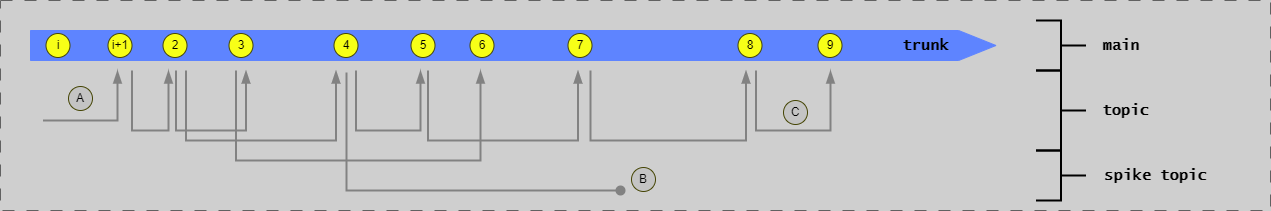
Before: docs/assets/branching/branching-detailed-no-release.drawio.png, a diagram exported from draw.io (ready-to-release/eac). Source tidied: cells renumbered, new cells last; positions are measured from the earlier drawing's top-left corner, leaving out a move shared by most shapes.
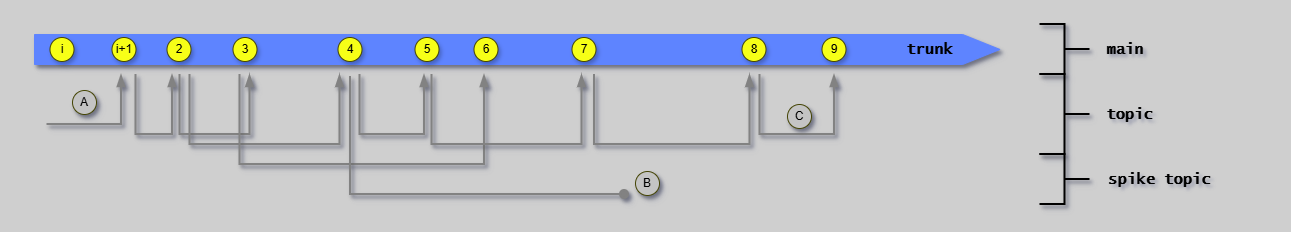
The same diagram one commit later.

Diff of the diagram source:
```diff
@@ -1,38 +1,38 @@
-<mxGraphModel background="#CFCFCF">
+<mxGraphModel background="#CFCFCF" shadow="1">
   <root>
     <mxCell id="0" />
     <mxCell id="1" parent="0" />
-    <mxCell id="2" style="group;strokeColor=#616161;dashed=1;dashPattern=12 12;" parent="1" vertex="1">
+    <mxCell id="2" style="group;strokeColor=none;dashed=1;dashPattern=12 12;shadow=1;" parent="1" vertex="1">
       <mxGeometry width="1270" height="210" as="geometry" />
     </mxCell>
-    <mxCell id="3" value="&lt;font size=&quot;1&quot; face=&quot;Lucida Console&quot;&gt;&lt;b style=&quot;font-size: 15px;&quot;&gt;main&lt;br&gt;&lt;/b&gt;&lt;/font&gt;" style="text;html=1;strokeColor=none;fillColor=none;align=center;verticalAlign=middle;whiteSpace=wrap;rounded=0;" parent="1" vertex="1">
+    <mxCell id="3" value="&lt;font size=&quot;1&quot; face=&quot;Lucida Console&quot;&gt;&lt;b style=&quot;font-size: 15px;&quot;&gt;main&lt;br&gt;&lt;/b&gt;&lt;/font&gt;" style="text;html=1;strokeColor=none;fillColor=none;align=center;verticalAlign=middle;whiteSpace=wrap;rounded=0;shadow=1;" parent="1" vertex="1">
       <mxGeometry x="1095.5" y="35" width="50" height="20" as="geometry" />
     </mxCell>
-    <mxCell id="4" style="shape=singleArrow;whiteSpace=wrap;html=1;arrowWidth=1;arrowSize=0.03868852459016379;fillColor=#5E84FF;strokeColor=#5E84FF;" parent="1" vertex="1">
+    <mxCell id="4" style="shape=singleArrow;whiteSpace=wrap;html=1;arrowWidth=1;arrowSize=0.03868852459016379;fillColor=#5E84FF;strokeColor=#5E84FF;shadow=1;" parent="1" vertex="1">
       <mxGeometry x="30" y="30" width="965.5" height="30" as="geometry" />
     </mxCell>
-    <mxCell id="5" value="i+1" style="ellipse;whiteSpace=wrap;html=1;fillColor=#F7FF17;strokeColor=#454505;" parent="1" vertex="1">
+    <mxCell id="5" value="i+1" style="ellipse;whiteSpace=wrap;html=1;fillColor=#F7FF17;strokeColor=#454505;shadow=1;" parent="1" vertex="1">
       <mxGeometry x="107.5" y="33" width="24" height="24" as="geometry" />
     </mxCell>
-    <mxCell id="6" value="2" style="ellipse;whiteSpace=wrap;html=1;fillColor=#F7FF17;strokeColor=#454505;" parent="1" vertex="1">
+    <mxCell id="6" value="2" style="ellipse;whiteSpace=wrap;html=1;fillColor=#F7FF17;strokeColor=#454505;shadow=1;" parent="1" vertex="1">
       <mxGeometry x="162.5" y="33" width="24" height="24" as="geometry" />
     </mxCell>
-    <mxCell id="7" value="3" style="ellipse;whiteSpace=wrap;html=1;fillColor=#F7FF17;strokeColor=#454505;" parent="1" vertex="1">
+    <mxCell id="7" value="3" style="ellipse;whiteSpace=wrap;html=1;fillColor=#F7FF17;strokeColor=#454505;shadow=1;" parent="1" vertex="1">
       <mxGeometry x="228.5" y="33" width="24" height="24" as="geometry" />
     </mxCell>
-    <mxCell id="8" value="4" style="ellipse;whiteSpace=wrap;html=1;fillColor=#F7FF17;strokeColor=#454505;" parent="1" vertex="1">
+    <mxCell id="8" value="4" style="ellipse;whiteSpace=wrap;html=1;fillColor=#F7FF17;strokeColor=#454505;shadow=1;" parent="1" vertex="1">
       <mxGeometry x="333.5" y="33" width="24" height="24" as="geometry" />
     </mxCell>
-    <mxCell id="9" value="5" style="ellipse;whiteSpace=wrap;html=1;fillColor=#F7FF17;strokeColor=#454505;" parent="1" vertex="1">
+    <mxCell id="9" value="5" style="ellipse;whiteSpace=wrap;html=1;fillColor=#F7FF17;strokeColor=#454505;shadow=1;" parent="1" vertex="1">
       <mxGeometry x="410.5" y="33" width="24" height="24" as="geometry" />
     </mxCell>
-    <mxCell id="10" value="6" style="ellipse;whiteSpace=wrap;html=1;fillColor=#F7FF17;strokeColor=#454505;" parent="1" vertex="1">
+    <mxCell id="10" value="6" style="ellipse;whiteSpace=wrap;html=1;fillColor=#F7FF17;strokeColor=#454505;shadow=1;" parent="1" vertex="1">
       <mxGeometry x="469.5" y="33" width="24" height="24" as="geometry" />
     </mxCell>
-    <mxCell id="11" value="7" style="ellipse;whiteSpace=wrap;html=1;fillColor=#F7FF17;strokeColor=#454505;" parent="1" vertex="1">
+    <mxCell id="11" value="7" style="ellipse;whiteSpace=wrap;html=1;fillColor=#F7FF17;strokeColor=#454505;shadow=1;" parent="1" vertex="1">
       <mxGeometry x="567.5" y="33" width="24" height="24" as="geometry" />
     </mxCell>
-    <mxCell id="12" style="edgeStyle=segmentEdgeStyle;endArrow=blockThin;html=1;curved=0;rounded=0;endSize=8;startSize=8;strokeColor=#828282;endFill=1;strokeWidth=2;" parent="1" edge="1">
+    <mxCell id="12" style="edgeStyle=segmentEdgeStyle;endArrow=blockThin;html=1;curved=0;rounded=0;endSize=8;startSize=8;strokeColor=#828282;endFill=1;strokeWidth=2;shadow=1;" parent="1" edge="1">
       <mxGeometry relative="1" as="geometry">
         <mxPoint x="42.5" y="120" as="sourcePoint" />
         <mxPoint x="117" y="70" as="targetPoint" />
@@ -41,7 +41,7 @@
         </Array>
       </mxGeometry>
     </mxCell>
-    <mxCell id="13" style="edgeStyle=segmentEdgeStyle;endArrow=blockThin;html=1;curved=0;rounded=0;endSize=8;startSize=8;strokeColor=#828282;endFill=1;strokeWidth=2;" parent="1" edge="1">
+    <mxCell id="13" style="edgeStyle=segmentEdgeStyle;endArrow=blockThin;html=1;curved=0;rounded=0;endSize=8;startSize=8;strokeColor=#828282;endFill=1;strokeWidth=2;shadow=1;" parent="1" edge="1">
       <mxGeometry relative="1" as="geometry">
         <mxPoint x="175.5" y="70" as="sourcePoint" />
         <mxPoint x="245.5" y="70" as="targetPoint" />
@@ -51,7 +51,7 @@
         </Array>
       </mxGeometry>
     </mxCell>
-    <mxCell id="14" style="edgeStyle=segmentEdgeStyle;endArrow=blockThin;html=1;curved=0;rounded=0;endSize=8;startSize=8;strokeColor=#828282;endFill=1;strokeWidth=2;" parent="1" edge="1">
+    <mxCell id="14" style="edgeStyle=segmentEdgeStyle;endArrow=blockThin;html=1;curved=0;rounded=0;endSize=8;startSize=8;strokeColor=#828282;endFill=1;strokeWidth=2;shadow=1;" parent="1" edge="1">
       <mxGeometry relative="1" as="geometry">
         <mxPoint x="185.5" y="70" as="sourcePoint" />
         <mxPoint x="335.5" y="70" as="targetPoint" />
@@ -61,7 +61,7 @@
         </Array>
       </mxGeometry>
     </mxCell>
-    <mxCell id="15" style="edgeStyle=segmentEdgeStyle;endArrow=blockThin;html=1;curved=0;rounded=0;endSize=8;startSize=8;strokeColor=#828282;endFill=1;strokeWidth=2;" parent="1" edge="1">
+    <mxCell id="15" style="edgeStyle=segmentEdgeStyle;endArrow=blockThin;html=1;curved=0;rounded=0;endSize=8;startSize=8;strokeColor=#828282;endFill=1;strokeWidth=2;shadow=1;" parent="1" edge="1">
       <mxGeometry relative="1" as="geometry">
         <mxPoint x="355.5" y="70" as="sourcePoint" />
         <mxPoint x="420" y="70" as="targetPoint" />
@@ -72,7 +72,7 @@
         </Array>
       </mxGeometry>
     </mxCell>
-    <mxCell id="16" style="edgeStyle=segmentEdgeStyle;endArrow=blockThin;html=1;curved=0;rounded=0;endSize=8;startSize=8;strokeColor=#828282;endFill=1;strokeWidth=2;" parent="1" edge="1">
+    <mxCell id="16" style="edgeStyle=segmentEdgeStyle;endArrow=blockThin;html=1;curved=0;rounded=0;endSize=8;startSize=8;strokeColor=#828282;endFill=1;strokeWidth=2;shadow=1;" parent="1" edge="1">
       <mxGeometry relative="1" as="geometry">
         <mxPoint x="235.5" y="70" as="sourcePoint" />
         <mxPoint x="480" y="70" as="targetPoint" />
@@ -82,7 +82,7 @@
         </Array>
       </mxGeometry>
     </mxCell>
-    <mxCell id="17" style="edgeStyle=segmentEdgeStyle;endArrow=blockThin;html=1;curved=0;rounded=0;endSize=8;startSize=8;strokeColor=#828282;endFill=1;strokeWidth=2;" parent="1" edge="1">
+    <mxCell id="17" style="edgeStyle=segmentEdgeStyle;endArrow=blockThin;html=1;curved=0;rounded=0;endSize=8;startSize=8;strokeColor=#828282;endFill=1;strokeWidth=2;shadow=1;" parent="1" edge="1">
       <mxGeometry relative="1" as="geometry">
         <mxPoint x="427.5" y="70" as="sourcePoint" />
         <mxPoint x="577.5" y="70" as="targetPoint" />
@@ -92,13 +92,13 @@
         </Array>
       </mxGeometry>
     </mxCell>
-    <mxCell id="18" value="8" style="ellipse;whiteSpace=wrap;html=1;fillColor=#F7FF17;strokeColor=#454505;" parent="1" vertex="1">
+    <mxCell id="18" value="8" style="ellipse;whiteSpace=wrap;html=1;fillColor=#F7FF17;strokeColor=#454505;shadow=1;" parent="1" vertex="1">
       <mxGeometry x="737.5" y="33" width="24" height="24" as="geometry" />
     </mxCell>
-    <mxCell id="19" value="9" style="ellipse;whiteSpace=wrap;html=1;fillColor=#F7FF17;strokeColor=#454505;" parent="1" vertex="1">
+    <mxCell id="19" value="9" style="ellipse;whiteSpace=wrap;html=1;fillColor=#F7FF17;strokeColor=#454505;shadow=1;" parent="1" vertex="1">
       <mxGeometry x="817.5" y="33" width="24" height="24" as="geometry" />
     </mxCell>
-    <mxCell id="20" style="edgeStyle=segmentEdgeStyle;endArrow=blockThin;html=1;curved=0;rounded=0;endSize=8;startSize=8;strokeColor=#828282;endFill=1;strokeWidth=2;" parent="1" edge="1">
+    <mxCell id="20" style="edgeStyle=segmentEdgeStyle;endArrow=blockThin;html=1;curved=0;rounded=0;endSize=8;startSize=8;strokeColor=#828282;endFill=1;strokeWidth=2;shadow=1;" parent="1" edge="1">
       <mxGeometry relative="1" as="geometry">
         <mxPoint x="590" y="70" as="sourcePoint" />
         <mxPoint x="745.5" y="70" as="targetPoint" />
@@ -108,7 +108,7 @@
         </Array>
       </mxGeometry>
     </mxCell>
-    <mxCell id="21" style="edgeStyle=segmentEdgeStyle;endArrow=blockThin;html=1;curved=0;rounded=0;endSize=8;startSize=8;strokeColor=#828282;endFill=1;strokeWidth=2;" parent="1" edge="1">
+    <mxCell id="21" style="edgeStyle=segmentEdgeStyle;endArrow=blockThin;html=1;curved=0;rounded=0;endSize=8;startSize=8;strokeColor=#828282;endFill=1;strokeWidth=2;shadow=1;" parent="1" edge="1">
       <mxGeometry relative="1" as="geometry">
         <mxPoint x="755.5" y="70" as="sourcePoint" />
         <mxPoint x="830" y="70" as="targetPoint" />
@@ -119,22 +119,22 @@
         </Array>
       </mxGeometry>
     </mxCell>
-    <mxCell id="22" style="strokeWidth=2;html=1;shape=mxgraph.flowchart.annotation_2;align=left;labelPosition=right;direction=west;" parent="1" vertex="1">
+    <mxCell id="22" style="strokeWidth=2;html=1;shape=mxgraph.flowchart.annotation_2;align=left;labelPosition=right;direction=west;shadow=1;" parent="1" vertex="1">
       <mxGeometry x="1035.5" y="70" width="50" height="80" as="geometry" />
     </mxCell>
-    <mxCell id="23" style="strokeWidth=2;html=1;shape=mxgraph.flowchart.annotation_2;align=left;labelPosition=right;direction=west;" parent="1" vertex="1">
+    <mxCell id="23" style="strokeWidth=2;html=1;shape=mxgraph.flowchart.annotation_2;align=left;labelPosition=right;direction=west;shadow=1;" parent="1" vertex="1">
       <mxGeometry x="1035.5" y="20" width="50" height="50" as="geometry" />
     </mxCell>
-    <mxCell id="24" value="&lt;font size=&quot;1&quot; face=&quot;Lucida Console&quot;&gt;&lt;b style=&quot;font-size: 15px;&quot;&gt;topic&lt;br&gt;&lt;/b&gt;&lt;/font&gt;" style="text;html=1;strokeColor=none;fillColor=none;align=center;verticalAlign=middle;whiteSpace=wrap;rounded=0;" parent="1" vertex="1">
+    <mxCell id="24" value="&lt;font size=&quot;1&quot; face=&quot;Lucida Console&quot;&gt;&lt;b style=&quot;font-size: 15px;&quot;&gt;topic&lt;br&gt;&lt;/b&gt;&lt;/font&gt;" style="text;html=1;strokeColor=none;fillColor=none;align=center;verticalAlign=middle;whiteSpace=wrap;rounded=0;shadow=1;" parent="1" vertex="1">
       <mxGeometry x="1095.5" y="100" width="59" height="20" as="geometry" />
     </mxCell>
-    <mxCell id="25" value="&lt;font size=&quot;1&quot;&gt;&lt;b style=&quot;font-size: 15px;&quot;&gt;trunk&lt;br&gt;&lt;/b&gt;&lt;/font&gt;" style="text;html=1;strokeColor=none;fillColor=none;align=center;verticalAlign=middle;whiteSpace=wrap;rounded=0;fontFamily=Lucida Console;" parent="1" vertex="1">
+    <mxCell id="25" value="&lt;font size=&quot;1&quot;&gt;&lt;b style=&quot;font-size: 15px;&quot;&gt;trunk&lt;br&gt;&lt;/b&gt;&lt;/font&gt;" style="text;html=1;strokeColor=none;fillColor=none;align=center;verticalAlign=middle;whiteSpace=wrap;rounded=0;fontFamily=Lucida Console;shadow=1;" parent="1" vertex="1">
       <mxGeometry x="890" y="35" width="71" height="20" as="geometry" />
     </mxCell>
-    <mxCell id="26" value="A" style="ellipse;whiteSpace=wrap;html=1;fillColor=#C4C4C4;strokeColor=#454505;" parent="1" vertex="1">
+    <mxCell id="26" value="A" style="ellipse;whiteSpace=wrap;html=1;fillColor=#C4C4C4;strokeColor=#454505;shadow=1;" parent="1" vertex="1">
       <mxGeometry x="68" y="86" width="24" height="24" as="geometry" />
     </mxCell>
-    <mxCell id="27" style="edgeStyle=segmentEdgeStyle;endArrow=oval;html=1;curved=0;rounded=0;endSize=8;startSize=8;strokeColor=#828282;endFill=1;strokeWidth=2;" parent="1" edge="1">
+    <mxCell id="27" style="edgeStyle=segmentEdgeStyle;endArrow=oval;html=1;curved=0;rounded=0;endSize=8;startSize=8;strokeColor=#828282;endFill=1;strokeWidth=2;shadow=1;" parent="1" edge="1">
       <mxGeometry relative="1" as="geometry">
         <mxPoint x="346" y="72" as="sourcePoint" />
         <mxPoint x="620" y="190" as="targetPoint" />
@@ -144,22 +144,22 @@
         </Array>
       </mxGeometry>
     </mxCell>
-    <mxCell id="28" value="B" style="ellipse;whiteSpace=wrap;html=1;fillColor=#C4C4C4;strokeColor=#454505;" parent="1" vertex="1">
+    <mxCell id="28" value="B" style="ellipse;whiteSpace=wrap;html=1;fillColor=#C4C4C4;strokeColor=#454505;shadow=1;" parent="1" vertex="1">
       <mxGeometry x="631" y="167" width="24" height="24" as="geometry" />
     </mxCell>
-    <mxCell id="29" value="i" style="ellipse;whiteSpace=wrap;html=1;fillColor=#F7FF17;strokeColor=#454505;" parent="1" vertex="1">
+    <mxCell id="29" value="i" style="ellipse;whiteSpace=wrap;html=1;fillColor=#F7FF17;strokeColor=#454505;shadow=1;" parent="1" vertex="1">
       <mxGeometry x="45.5" y="33" width="24" height="24" as="geometry" />
     </mxCell>
-    <mxCell id="30" style="strokeWidth=2;html=1;shape=mxgraph.flowchart.annotation_2;align=left;labelPosition=right;direction=west;" parent="1" vertex="1">
+    <mxCell id="30" style="strokeWidth=2;html=1;shape=mxgraph.flowchart.annotation_2;align=left;labelPosition=right;direction=west;shadow=1;" parent="1" vertex="1">
       <mxGeometry x="1035.5" y="150" width="50" height="50" as="geometry" />
     </mxCell>
-    <mxCell id="31" value="&lt;font size=&quot;1&quot; face=&quot;Lucida Console&quot;&gt;&lt;b style=&quot;font-size: 15px;&quot;&gt;spike topic&lt;br&gt;&lt;/b&gt;&lt;/font&gt;" style="text;html=1;strokeColor=none;fillColor=none;align=center;verticalAlign=middle;whiteSpace=wrap;rounded=0;" parent="1" vertex="1">
+    <mxCell id="31" value="&lt;font size=&quot;1&quot; face=&quot;Lucida Console&quot;&gt;&lt;b style=&quot;font-size: 15px;&quot;&gt;spike topic&lt;br&gt;&lt;/b&gt;&lt;/font&gt;" style="text;html=1;strokeColor=none;fillColor=none;align=center;verticalAlign=middle;whiteSpace=wrap;rounded=0;shadow=1;" parent="1" vertex="1">
       <mxGeometry x="1095.5" y="165" width="119" height="20" as="geometry" />
     </mxCell>
-    <mxCell id="32" value="C" style="ellipse;whiteSpace=wrap;html=1;fillColor=#C4C4C4;strokeColor=#454505;" parent="1" vertex="1">
+    <mxCell id="32" value="C" style="ellipse;whiteSpace=wrap;html=1;fillColor=#C4C4C4;strokeColor=#454505;shadow=1;" parent="1" vertex="1">
       <mxGeometry x="783" y="100" width="24" height="24" as="geometry" />
     </mxCell>
-    <mxCell id="33" style="edgeStyle=segmentEdgeStyle;endArrow=blockThin;html=1;curved=0;rounded=0;endSize=8;startSize=8;strokeColor=#828282;endFill=1;strokeWidth=2;" parent="1" edge="1">
+    <mxCell id="33" style="edgeStyle=segmentEdgeStyle;endArrow=blockThin;html=1;curved=0;rounded=0;endSize=8;startSize=8;strokeColor=#828282;endFill=1;strokeWidth=2;shadow=1;" parent="1" edge="1">
       <mxGeometry relative="1" as="geometry">
         <mxPoint x="131.5" y="70" as="sourcePoint" />
         <mxPoint x="168" y="70" as="targetPoint" />
```
